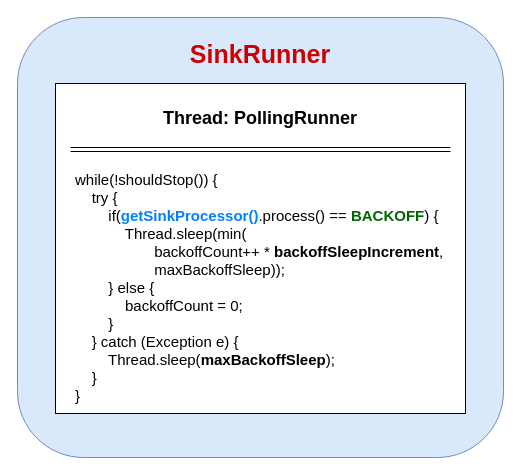
Earlier version of the draw.io diagram flume/image/source-runner.drawio (yu000hong/book-open-source). Source tidied: cells renumbered, new cells numbered last; positions are measured from the earlier drawing's top-left corner, leaving out a move shared by most shapes. Both pictures are drawn from the tidied source at 100%, with x=0, y=0 at pixel (17, 17).
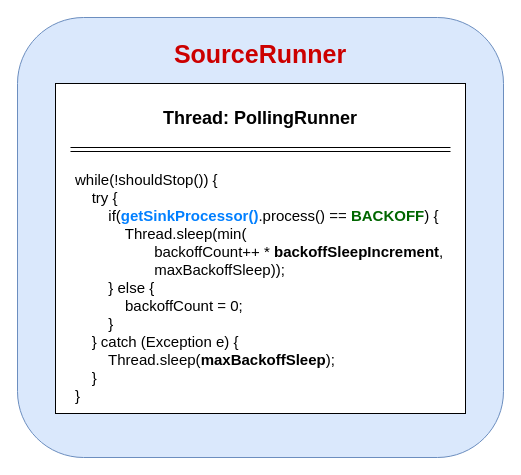
Above is the later version.

What changed in the source:
```diff
@@
 <mxGraphModel>
   <root>
     <mxCell id="0" />
     <mxCell id="1" parent="0" />
     <mxCell id="2" style="rounded=1;whiteSpace=wrap;html=1;fontSize=18;fillColor=#dae8fc;strokeColor=#6c8ebf;" parent="1" vertex="1">
       <mxGeometry width="486" height="440" as="geometry" />
     </mxCell>
     <mxCell id="3" style="rounded=0;whiteSpace=wrap;html=1;" parent="1" vertex="1">
       <mxGeometry x="38" y="66" width="410" height="330" as="geometry" />
     </mxCell>
     <mxCell id="4" value="Thread: PollingRunner" style="text;html=1;strokeColor=none;fillColor=none;align=center;verticalAlign=middle;whiteSpace=wrap;rounded=0;fontSize=18;fontStyle=1;" parent="1" vertex="1">
       <mxGeometry x="118" y="91" width="250" height="20" as="geometry" />
     </mxCell>
     <mxCell id="5" value="&lt;h1 style=&quot;font-size: 15px&quot;&gt;&lt;br&gt;&lt;/h1&gt;&lt;div style=&quot;font-size: 15px&quot;&gt;&lt;font style=&quot;font-size: 15px&quot;&gt;while(!shouldStop()) {&lt;/font&gt;&lt;/div&gt;&lt;div style=&quot;font-size: 15px&quot;&gt;&lt;font style=&quot;font-size: 15px&quot;&gt;&amp;nbsp; &amp;nbsp; try {&lt;/font&gt;&lt;/div&gt;&lt;div style=&quot;font-size: 15px&quot;&gt;&lt;font style=&quot;font-size: 15px&quot;&gt;&amp;nbsp; &amp;nbsp; &amp;nbsp; &amp;nbsp; if(&lt;b&gt;&lt;font color=&quot;#007fff&quot;&gt;getSinkProcessor()&lt;/font&gt;&lt;/b&gt;.process() == &lt;font color=&quot;#006600&quot;&gt;&lt;b&gt;BACKOFF&lt;/b&gt;&lt;/font&gt;) {&lt;/font&gt;&lt;/div&gt;&lt;div style=&quot;font-size: 15px&quot;&gt;&lt;font style=&quot;font-size: 15px&quot;&gt;&amp;nbsp; &amp;nbsp; &amp;nbsp; &amp;nbsp; &amp;nbsp; &amp;nbsp; Thread.sleep(min(&lt;/font&gt;&lt;/div&gt;&lt;div style=&quot;font-size: 15px&quot;&gt;&lt;font style=&quot;font-size: 15px&quot;&gt;&amp;nbsp; &amp;nbsp; &amp;nbsp; &amp;nbsp; &amp;nbsp; &amp;nbsp; &amp;nbsp; &amp;nbsp; &amp;nbsp; &amp;nbsp;backoffCount++ * &lt;b&gt;backoffSleepIncrement&lt;/b&gt;,&amp;nbsp;&lt;/font&gt;&lt;/div&gt;&lt;div style=&quot;font-size: 15px&quot;&gt;&lt;font style=&quot;font-size: 15px&quot;&gt;&amp;nbsp; &amp;nbsp; &amp;nbsp; &amp;nbsp; &amp;nbsp; &amp;nbsp; &amp;nbsp; &amp;nbsp; &amp;nbsp; &amp;nbsp;maxBackoffSleep));&lt;/font&gt;&lt;/div&gt;&lt;div style=&quot;font-size: 15px&quot;&gt;&lt;font style=&quot;font-size: 15px&quot;&gt;&amp;nbsp; &amp;nbsp; &amp;nbsp; &amp;nbsp; } else {&lt;/font&gt;&lt;/div&gt;&lt;div style=&quot;font-size: 15px&quot;&gt;&lt;font style=&quot;font-size: 15px&quot;&gt;&amp;nbsp; &amp;nbsp; &amp;nbsp; &amp;nbsp; &amp;nbsp; &amp;nbsp; backoffCount = 0;&lt;/font&gt;&lt;/div&gt;&lt;div style=&quot;font-size: 15px&quot;&gt;&lt;font style=&quot;font-size: 15px&quot;&gt;&amp;nbsp; &amp;nbsp; &amp;nbsp; &amp;nbsp; }&lt;/font&gt;&lt;/div&gt;&lt;div style=&quot;font-size: 15px&quot;&gt;&lt;font style=&quot;font-size: 15px&quot;&gt;&amp;nbsp; &amp;nbsp; } catch (Exception e) {&lt;/font&gt;&lt;/div&gt;&lt;div style=&quot;font-size: 15px&quot;&gt;&lt;font style=&quot;font-size: 15px&quot;&gt;&amp;nbsp; &amp;nbsp; &amp;nbsp; &amp;nbsp; Thread.sleep(&lt;b&gt;maxBackoffSleep&lt;/b&gt;);&lt;/font&gt;&lt;/div&gt;&lt;div style=&quot;font-size: 15px&quot;&gt;&lt;font style=&quot;font-size: 15px&quot;&gt;&amp;nbsp; &amp;nbsp; }&lt;/font&gt;&lt;/div&gt;&lt;div style=&quot;font-size: 15px&quot;&gt;&lt;font style=&quot;font-size: 15px&quot;&gt;}&lt;/font&gt;&lt;/div&gt;" style="text;html=1;strokeColor=none;fillColor=none;spacing=5;spacingTop=-20;overflow=hidden;rounded=0;fontSize=16;" parent="1" vertex="1">
       <mxGeometry x="53" y="126" width="380" height="270" as="geometry" />
     </mxCell>
     <mxCell id="6" style="shape=link;html=1;fontSize=16;" parent="1" edge="1">
       <mxGeometry relative="1" as="geometry">
         <mxPoint x="53" y="132" as="sourcePoint" />
         <mxPoint x="433" y="132" as="targetPoint" />
       </mxGeometry>
     </mxCell>
-    <mxCell id="7" value="SinkRunner" style="text;html=1;strokeColor=none;fillColor=none;align=center;verticalAlign=middle;whiteSpace=wrap;rounded=0;fontSize=25;fontStyle=1;fontColor=#CC0000;" parent="1" vertex="1">
+    <mxCell id="7" value="SourceRunner" style="text;html=1;strokeColor=none;fillColor=none;align=center;verticalAlign=middle;whiteSpace=wrap;rounded=0;fontSize=25;fontStyle=1;fontColor=#CC0000;" parent="1" vertex="1">
       <mxGeometry x="168" y="26" width="150" height="20" as="geometry" />
     </mxCell>
   </root>
 </mxGraphModel>
```
